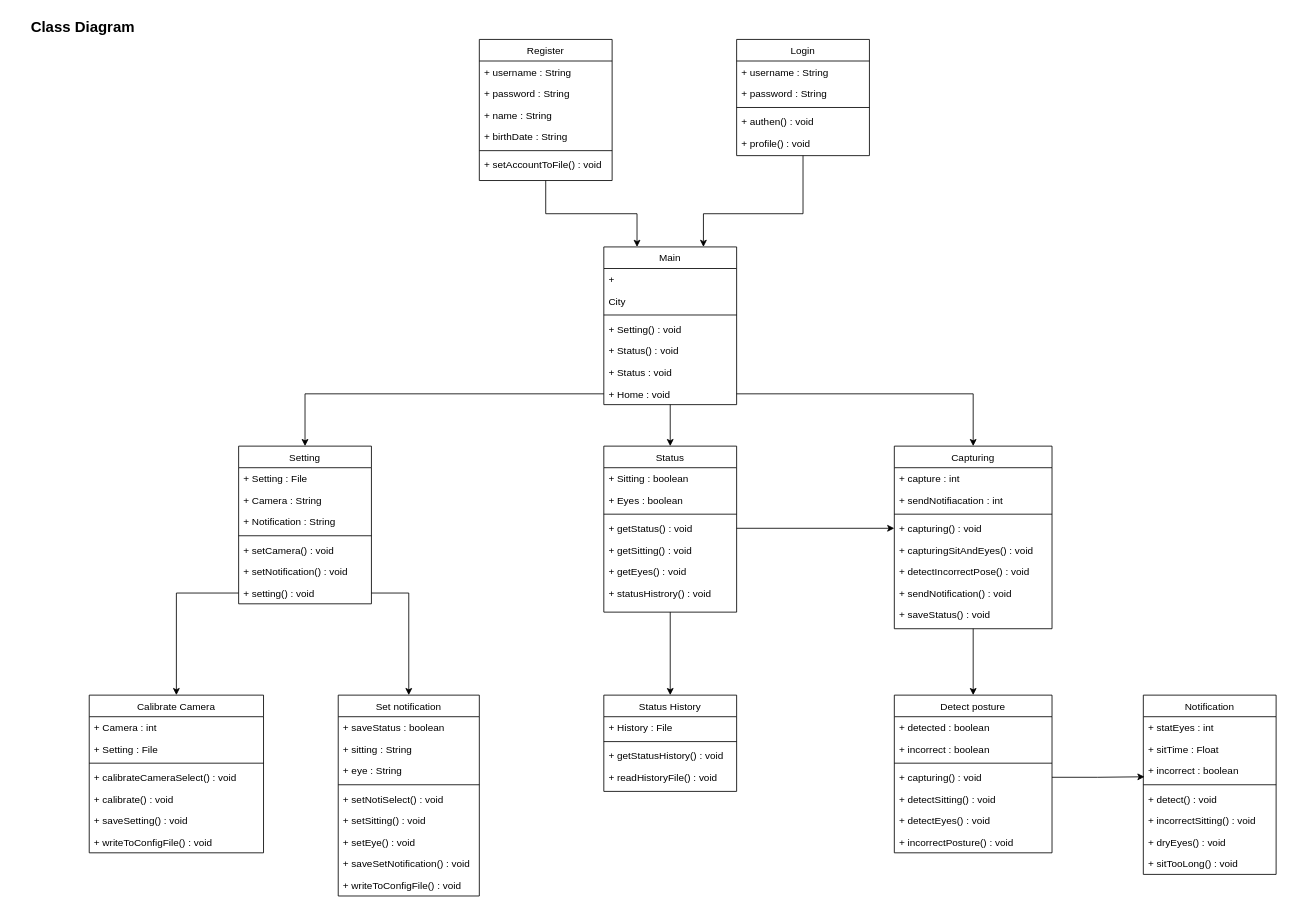
Above: Design/Class_Diagram.drawio in astrrr/Right-posture (draw.io), before the change. Source tidied: cells renumbered, new cells numbered last; positions are measured from the earlier drawing's top-left corner, leaving out a move shared by most shapes. Both pictures are drawn from the tidied source at 83%, with x=0, y=0 at pixel (14, 14).
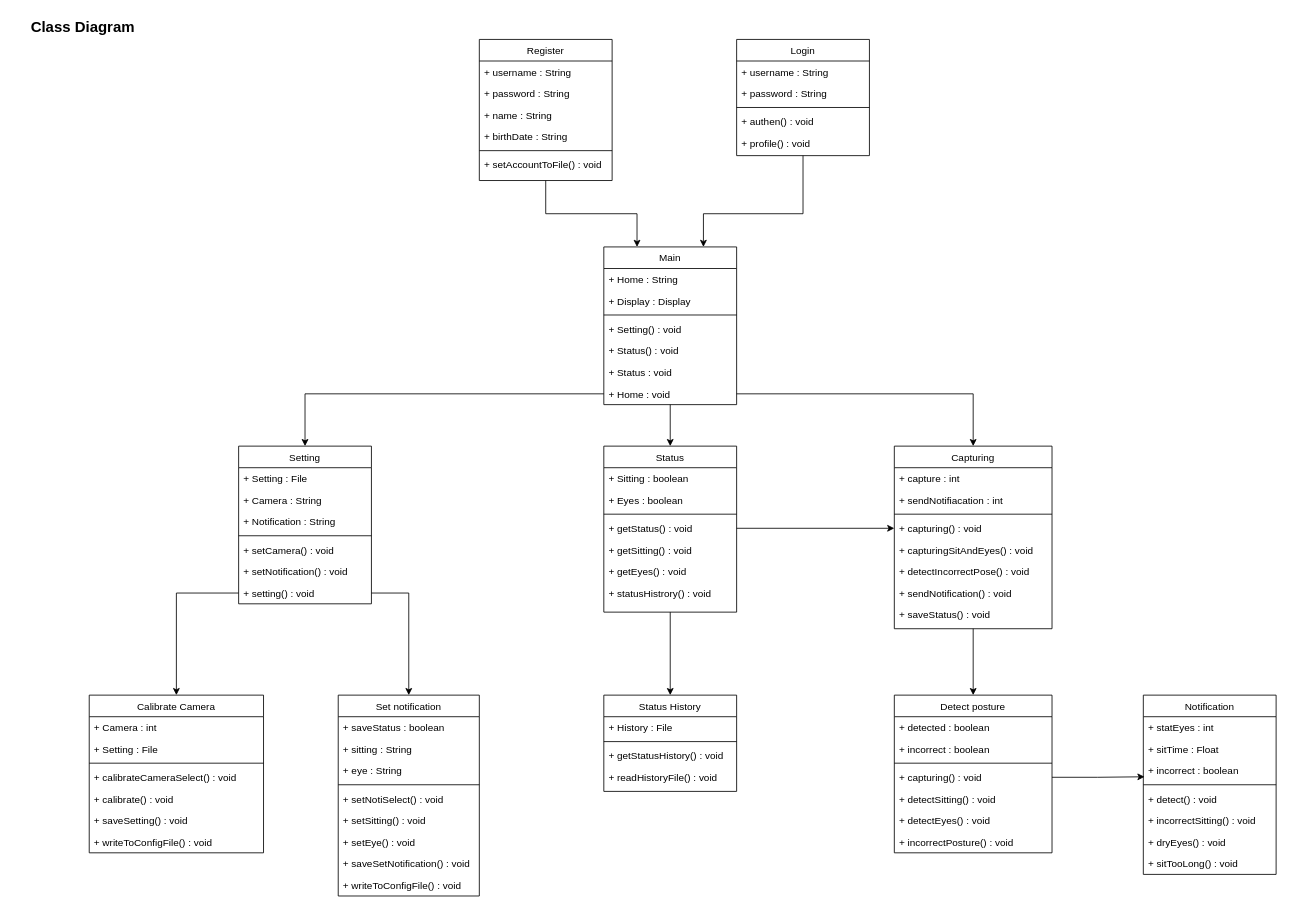
The same diagram, later.

Unchanged cells that the change refers to:
```xml
<mxCell id="85" value="Main" style="swimlane;fontStyle=0;align=center;verticalAlign=top;horizontal=1;startSize=26;rounded=0;shadow=0;strokeWidth=1;" parent="1" vertex="1">
  <mxGeometry x="710" y="280" width="160" height="190" as="geometry" />
</mxCell>
```

Change to the diagram source:
```diff
@@
-    <mxCell id="86" value="+ " style="text;align=left;verticalAlign=top;spacingLeft=4;spacingRight=4;overflow=hidden;" parent="85" vertex="1">
+    <mxCell id="86" value="+ Home : String" style="text;align=left;verticalAlign=top;spacingLeft=4;spacingRight=4;overflow=hidden;" parent="85" vertex="1">
       <mxGeometry y="26" width="160" height="26" as="geometry" />
     </mxCell>
-    <mxCell id="87" value="City" style="text;align=left;verticalAlign=top;spacingLeft=4;spacingRight=4;overflow=hidden;rounded=0;shadow=0;html=0;" parent="85" vertex="1">
+    <mxCell id="87" value="+ Display : Display" style="text;align=left;verticalAlign=top;spacingLeft=4;spacingRight=4;overflow=hidden;rounded=0;shadow=0;html=0;" parent="85" vertex="1">
       <mxGeometry y="52" width="160" height="26" as="geometry" />
     </mxCell>
```
